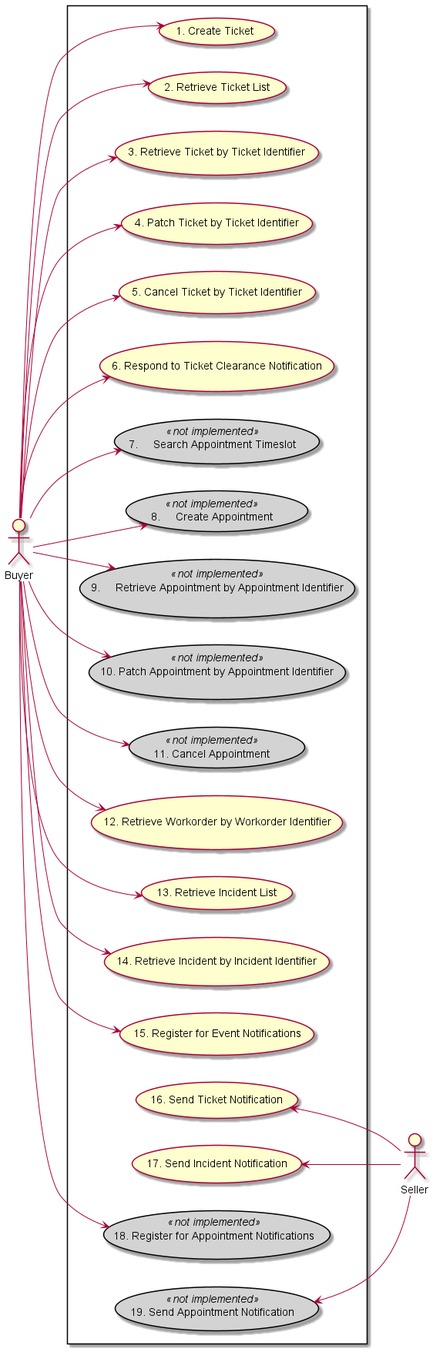
The PlantUML diagram documentation/productApi/troubleTicket/media/useCases.png in MEF-GIT/MEF-LSO-Sonata-SDK, before a commit.
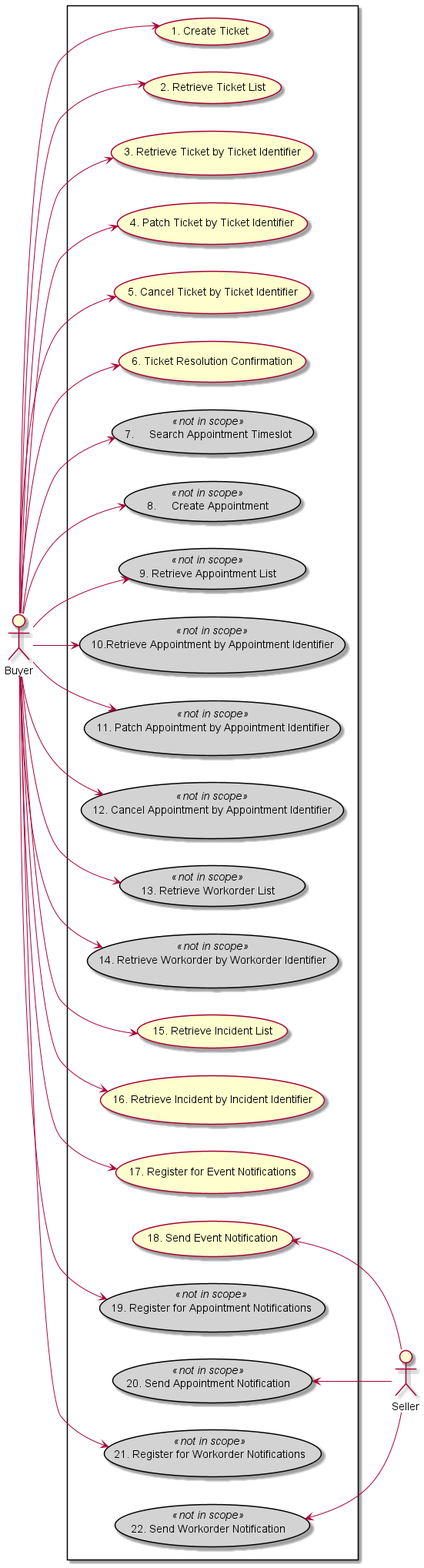
Later version of the same file.

Change to the diagram source:
```diff
@@ -5,8 +5,8 @@
 actor Buyer
 
 skinparam usecase {
-BackgroundColor<<not implemented>> LightGrey
-BorderColor<<not implemented>> Black
+BackgroundColor<<not in scope>> LightGrey
+BorderColor<<not in scope>> Black
 }
 
 rectangle {
@@ -15,41 +15,47 @@
 (3. Retrieve Ticket by Ticket Identifier)
 (4. Patch Ticket by Ticket Identifier)
 (5. Cancel Ticket by Ticket Identifier)
-(6. Respond to Ticket Clearance Notification)
-(7.	Search Appointment Timeslot)<<not implemented>>
-(8.	Create Appointment)<<not implemented>>
-(9.	Retrieve Appointment by Appointment Identifier)<<not implemented>>
-(10. Patch Appointment by Appointment Identifier)<<not implemented>>
-(11. Cancel Appointment)<<not implemented>>
-(12. Retrieve Workorder by Workorder Identifier)
-(13. Retrieve Incident List)
-(14. Retrieve Incident by Incident Identifier)
-(15. Register for Event Notifications)
-(16. Send Ticket Notification)
-(17. Send Incident Notification)
-(18. Register for Appointment Notifications)<<not implemented>>
-(19. Send Appointment Notification)<<not implemented>>
+(6. Ticket Resolution Confirmation)
+(7.	Search Appointment Timeslot)<<not in scope>>
+(8.	Create Appointment)<<not in scope>>
+(9. Retrieve Appointment List)<<not in scope>>
+(10.Retrieve Appointment by Appointment Identifier)<<not in scope>>
+(11. Patch Appointment by Appointment Identifier)<<not in scope>>
+(12. Cancel Appointment by Appointment Identifier)<<not in scope>>
+(13. Retrieve Workorder List)<<not in scope>>
+(14. Retrieve Workorder by Workorder Identifier)<<not in scope>>
+(15. Retrieve Incident List)
+(16. Retrieve Incident by Incident Identifier)
+(17. Register for Event Notifications)
+(18. Send Event Notification)
+(19. Register for Appointment Notifications)<<not in scope>>
+(20. Send Appointment Notification)<<not in scope>>
+(21. Register for Workorder Notifications)<<not in scope>>
+(22. Send Workorder Notification)<<not in scope>>
 
 Buyer --> (1. Create Ticket)
 Buyer --> (2. Retrieve Ticket List)
 Buyer --> (3. Retrieve Ticket by Ticket Identifier)
 Buyer --> (4. Patch Ticket by Ticket Identifier)
 Buyer --> (5. Cancel Ticket by Ticket Identifier)
-Buyer --> (6. Respond to Ticket Clearance Notification)
+Buyer --> (6. Ticket Resolution Confirmation)
 Buyer --> (7.	Search Appointment Timeslot)
 Buyer --> (8.	Create Appointment)
-Buyer --> (9.	Retrieve Appointment by Appointment Identifier)
-Buyer --> (10. Patch Appointment by Appointment Identifier)
-Buyer --> (11. Cancel Appointment)
-Buyer --> (12. Retrieve Workorder by Workorder Identifier)
-Buyer --> (13. Retrieve Incident List)
-Buyer --> (14. Retrieve Incident by Incident Identifier)
-Buyer --> (15. Register for Event Notifications)
-Buyer --> (18. Register for Appointment Notifications)
+Buyer --> (9. Retrieve Appointment List)
+Buyer --> (10.Retrieve Appointment by Appointment Identifier)
+Buyer --> (11. Patch Appointment by Appointment Identifier)
+Buyer --> (12. Cancel Appointment by Appointment Identifier)
+Buyer --> (13. Retrieve Workorder List)
+Buyer --> (14. Retrieve Workorder by Workorder Identifier)
+Buyer --> (15. Retrieve Incident List)
+Buyer --> (16. Retrieve Incident by Incident Identifier)
+Buyer --> (17. Register for Event Notifications)
+Buyer --> (19. Register for Appointment Notifications)
+Buyer --> (21. Register for Workorder Notifications)
 
-(16. Send Ticket Notification) <-- Seller
-(17. Send Incident Notification)  <-- Seller
-(19. Send Appointment Notification) <-- Seller
+(18. Send Event Notification) <-- Seller
+(20. Send Appointment Notification) <-- Seller
+(22. Send Workorder Notification) <-- Seller
 
 
 @enduml
```
